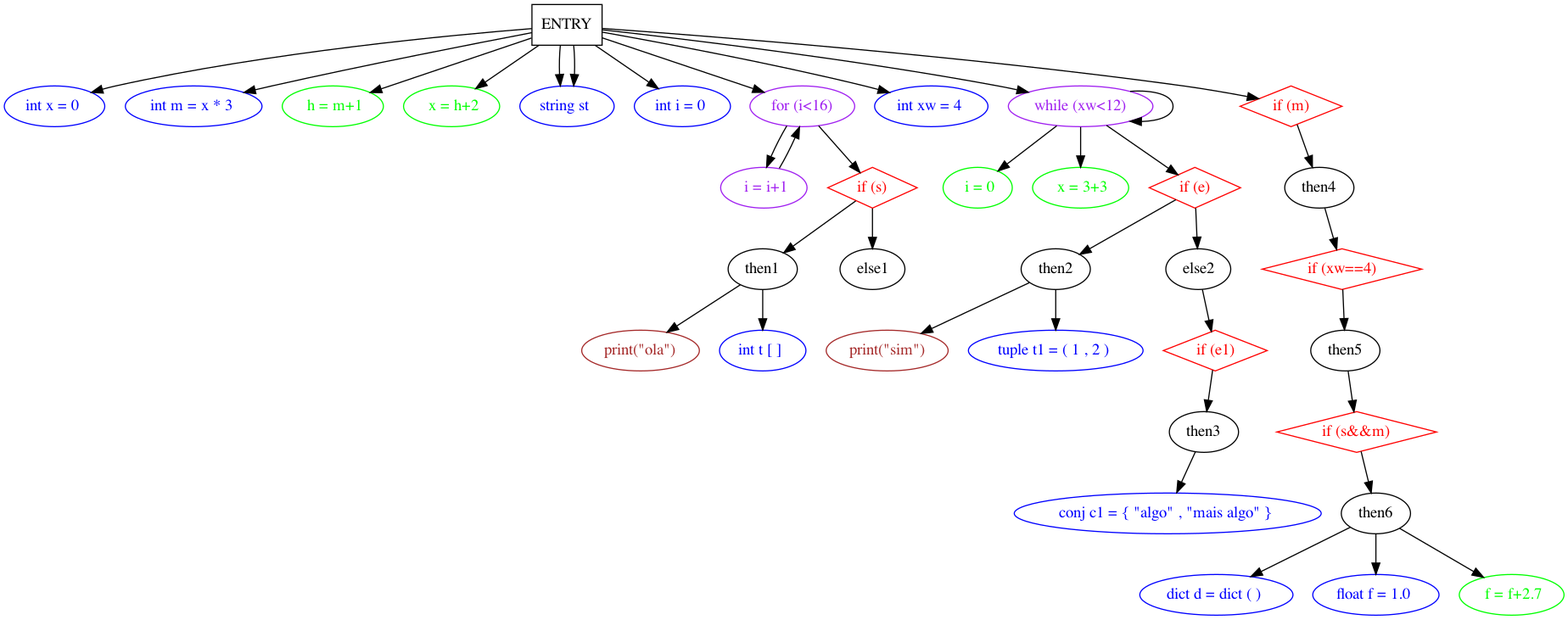
Above: TP3/doctest-output/sdg.gv.png in saracqueiros/EG22 (Graphviz), before the change. Its source is kept beside it as TP3/doctest-output/sdg.gv.
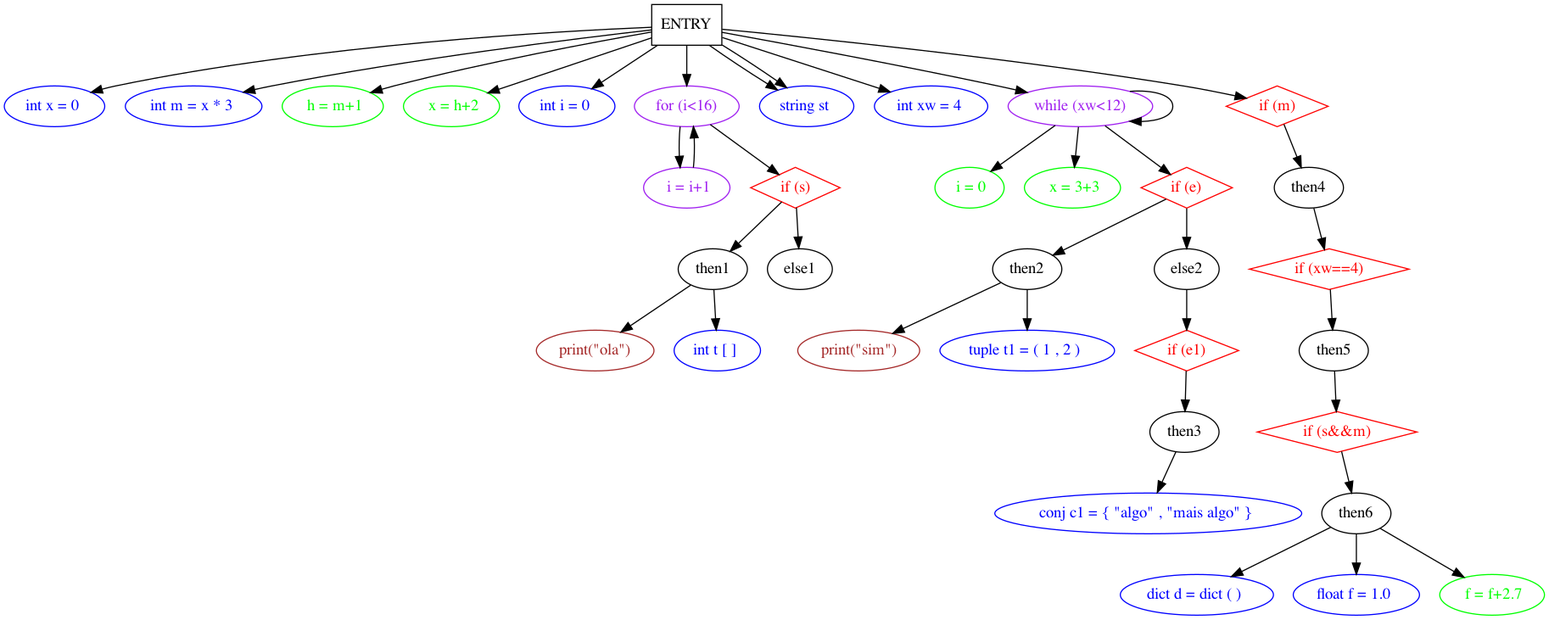
After the change.

Change to the diagram source:
```diff
@@ -9,8 +9,6 @@
 	ENTRY -> " h = m+1"
 	" x = h+2" [color=green fontcolor=green]
 	ENTRY -> " x = h+2"
-	"string st " [color=blue fontcolor=blue]
-	ENTRY -> "string st "
 	"int i = 0 " [color=blue fontcolor=blue]
 	ENTRY -> "int i = 0 "
 	"for (i<16)" [color=purple fontcolor=purple]
@@ -28,6 +26,8 @@
 	then1 -> "int t [ ] "
 	else1
 	"if (s)" -> else1
+	"string st " [color=blue fontcolor=blue]
+	ENTRY -> "string st "
 	"int xw = 4 " [color=blue fontcolor=blue]
 	ENTRY -> "int xw = 4 "
 	"while (xw<12)" [color=purple fontcolor=purple]
```
